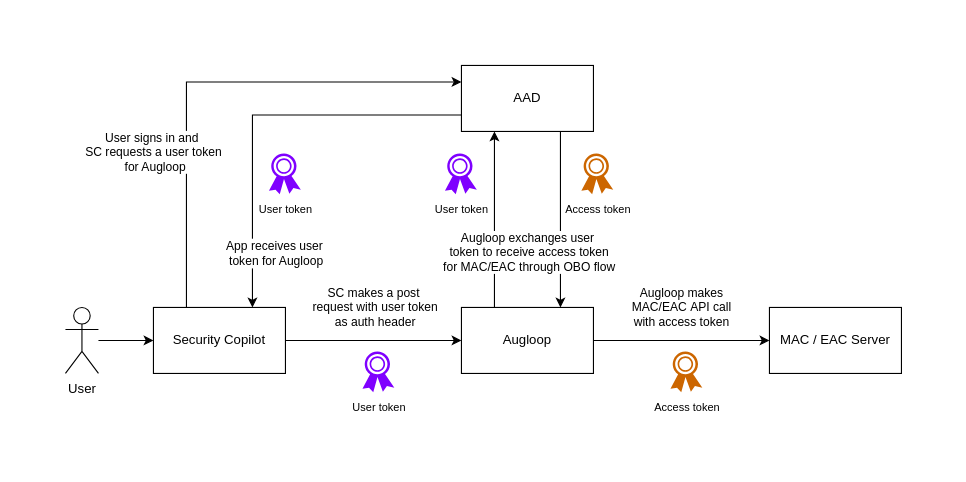
This is Auth in Medeina.drawio from prshelke/DrawIO, a draw.io file, before an edit. Source tidied: cells renumbered, new cells numbered last; positions are measured from the earlier drawing's top-left corner, leaving out a move shared by most shapes. Both pictures are drawn from the tidied source at 110%, with x=0, y=0 at pixel (65, 65).
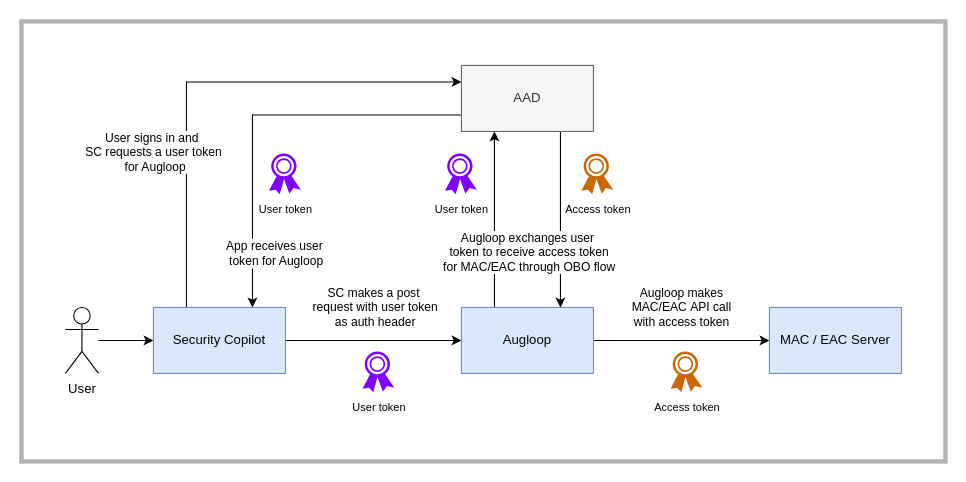
After the change.

Diff of the diagram source:
```diff
@@
 <mxGraphModel>
   <root>
     <mxCell id="0" />
     <mxCell id="1" parent="0" />
+    <mxCell id="19" style="rounded=0;whiteSpace=wrap;html=1;strokeWidth=4;fillColor=none;strokeColor=#B3B3B3;" parent="1" vertex="1">
+      <mxGeometry x="-40" y="-40" width="840" height="400" as="geometry" />
+    </mxCell>
     <mxCell id="2" style="edgeStyle=orthogonalEdgeStyle;rounded=0;jettySize=auto;html=1;" parent="1" edge="1" source="3" target="6">
       <mxGeometry relative="1" as="geometry" />
     </mxCell>
     <mxCell id="3" value="User" style="shape=umlActor;verticalLabelPosition=bottom;verticalAlign=top;html=1;outlineConnect=0;" parent="1" vertex="1">
       <mxGeometry y="220" width="30" height="60" as="geometry" />
     </mxCell>
     <mxCell id="4" value="User signs in and&amp;nbsp;&lt;br&gt;SC requests a user token&lt;br&gt;&amp;nbsp;for Augloop" style="edgeStyle=orthogonalEdgeStyle;rounded=0;jettySize=auto;html=1;exitX=0.25;exitY=0;exitDx=0;exitDy=0;entryX=0;entryY=0.25;entryDx=0;entryDy=0;" parent="1" edge="1" source="6" target="9">
       <mxGeometry x="-0.38" y="30" relative="1" as="geometry" />
     </mxCell>
     <mxCell id="5" value="SC makes a post&lt;br&gt;&amp;nbsp;request with user token&lt;br&gt;&amp;nbsp;as auth header" style="edgeStyle=orthogonalEdgeStyle;rounded=0;jettySize=auto;html=1;exitX=1;exitY=0.5;exitDx=0;exitDy=0;entryX=0;entryY=0.5;entryDx=0;entryDy=0;" parent="1" edge="1" source="6" target="12">
       <mxGeometry y="30" relative="1" as="geometry" />
     </mxCell>
-    <mxCell id="6" value="Security Copilot" style="rounded=0;whiteSpace=wrap;html=1;" parent="1" vertex="1">
+    <mxCell id="6" value="Security Copilot" style="rounded=0;whiteSpace=wrap;html=1;fillColor=#dae8fc;strokeColor=#6c8ebf;" parent="1" vertex="1">
       <mxGeometry x="80" y="220" width="120" height="60" as="geometry" />
     </mxCell>
     <mxCell id="7" value="App receives user&lt;br&gt;&amp;nbsp;token for Augloop" style="edgeStyle=orthogonalEdgeStyle;rounded=0;jettySize=auto;html=1;exitX=0;exitY=0.75;exitDx=0;exitDy=0;entryX=0.75;entryY=0;entryDx=0;entryDy=0;" parent="1" edge="1" source="9" target="6">
       <mxGeometry x="0.73" y="20" relative="1" as="geometry" />
     </mxCell>
     <mxCell id="8" style="edgeStyle=orthogonalEdgeStyle;rounded=0;jettySize=auto;html=1;exitX=0.75;exitY=1;exitDx=0;exitDy=0;entryX=0.75;entryY=0;entryDx=0;entryDy=0;" parent="1" edge="1" source="9" target="12">
       <mxGeometry relative="1" as="geometry" />
     </mxCell>
-    <mxCell id="9" value="AAD" style="rounded=0;whiteSpace=wrap;html=1;" parent="1" vertex="1">
+    <mxCell id="9" value="AAD" style="rounded=0;whiteSpace=wrap;html=1;fillColor=#f5f5f5;strokeColor=#666666;fontColor=#333333;" parent="1" vertex="1">
       <mxGeometry x="360" width="120" height="60" as="geometry" />
     </mxCell>
     <mxCell id="10" value="Augloop exchanges user&lt;br&gt;&amp;nbsp;token to receive access token&lt;br&gt;&amp;nbsp;for MAC/EAC through OBO flow" style="edgeStyle=orthogonalEdgeStyle;rounded=0;jettySize=auto;html=1;exitX=0.25;exitY=0;exitDx=0;exitDy=0;entryX=0.25;entryY=1;entryDx=0;entryDy=0;" parent="1" edge="1" source="12" target="9">
       <mxGeometry x="-0.38" y="-30" relative="1" as="geometry" />
     </mxCell>
     <mxCell id="11" value="Augloop makes &lt;br&gt;MAC/EAC&amp;nbsp;API call &lt;br&gt;with access token" style="edgeStyle=orthogonalEdgeStyle;rounded=0;jettySize=auto;html=1;exitX=1;exitY=0.5;exitDx=0;exitDy=0;entryX=0;entryY=0.5;entryDx=0;entryDy=0;" parent="1" edge="1" source="12" target="13">
       <mxGeometry y="30" relative="1" as="geometry" />
     </mxCell>
-    <mxCell id="12" value="Augloop" style="rounded=0;whiteSpace=wrap;html=1;" parent="1" vertex="1">
+    <mxCell id="12" value="Augloop" style="rounded=0;whiteSpace=wrap;html=1;fillColor=#dae8fc;strokeColor=#6c8ebf;" parent="1" vertex="1">
       <mxGeometry x="360" y="220" width="120" height="60" as="geometry" />
     </mxCell>
-    <mxCell id="13" value="MAC / EAC Server" style="rounded=0;whiteSpace=wrap;html=1;" parent="1" vertex="1">
+    <mxCell id="13" value="MAC / EAC Server" style="rounded=0;whiteSpace=wrap;html=1;fillColor=#dae8fc;strokeColor=#6c8ebf;" parent="1" vertex="1">
       <mxGeometry x="640" y="220" width="120" height="60" as="geometry" />
     </mxCell>
     <mxCell id="14" value="&lt;font style=&quot;font-size: 10px;&quot;&gt;Access token&lt;/font&gt;" style="sketch=0;shadow=0;dashed=0;html=1;strokeColor=none;fillColor=#CC6600;labelPosition=center;verticalLabelPosition=bottom;verticalAlign=top;align=center;shape=mxgraph.office.security.token;" parent="1" vertex="1">
       <mxGeometry x="469" y="80" width="29" height="37" as="geometry" />
     </mxCell>
     <mxCell id="15" value="&lt;font style=&quot;font-size: 10px;&quot;&gt;User token&lt;/font&gt;" style="sketch=0;shadow=0;dashed=0;html=1;strokeColor=none;fillColor=#7F00FF;labelPosition=center;verticalLabelPosition=bottom;verticalAlign=top;align=center;shape=mxgraph.office.security.token;" parent="1" vertex="1">
       <mxGeometry x="345" y="80" width="29" height="37" as="geometry" />
     </mxCell>
     <mxCell id="16" value="&lt;font style=&quot;font-size: 10px;&quot;&gt;User token&lt;/font&gt;" style="sketch=0;shadow=0;dashed=0;html=1;strokeColor=none;fillColor=#7F00FF;labelPosition=center;verticalLabelPosition=bottom;verticalAlign=top;align=center;shape=mxgraph.office.security.token;" parent="1" vertex="1">
       <mxGeometry x="185" y="80" width="29" height="37" as="geometry" />
     </mxCell>
     <mxCell id="17" value="&lt;font style=&quot;font-size: 10px;&quot;&gt;User token&lt;/font&gt;" style="sketch=0;shadow=0;dashed=0;html=1;strokeColor=none;fillColor=#7F00FF;labelPosition=center;verticalLabelPosition=bottom;verticalAlign=top;align=center;shape=mxgraph.office.security.token;" parent="1" vertex="1">
       <mxGeometry x="270" y="260" width="29" height="37" as="geometry" />
     </mxCell>
     <mxCell id="18" value="&lt;font style=&quot;font-size: 10px;&quot;&gt;Access token&lt;/font&gt;" style="sketch=0;shadow=0;dashed=0;html=1;strokeColor=none;fillColor=#CC6600;labelPosition=center;verticalLabelPosition=bottom;verticalAlign=top;align=center;shape=mxgraph.office.security.token;" parent="1" vertex="1">
       <mxGeometry x="550" y="260" width="29" height="37" as="geometry" />
     </mxCell>
   </root>
 </mxGraphModel>
```
